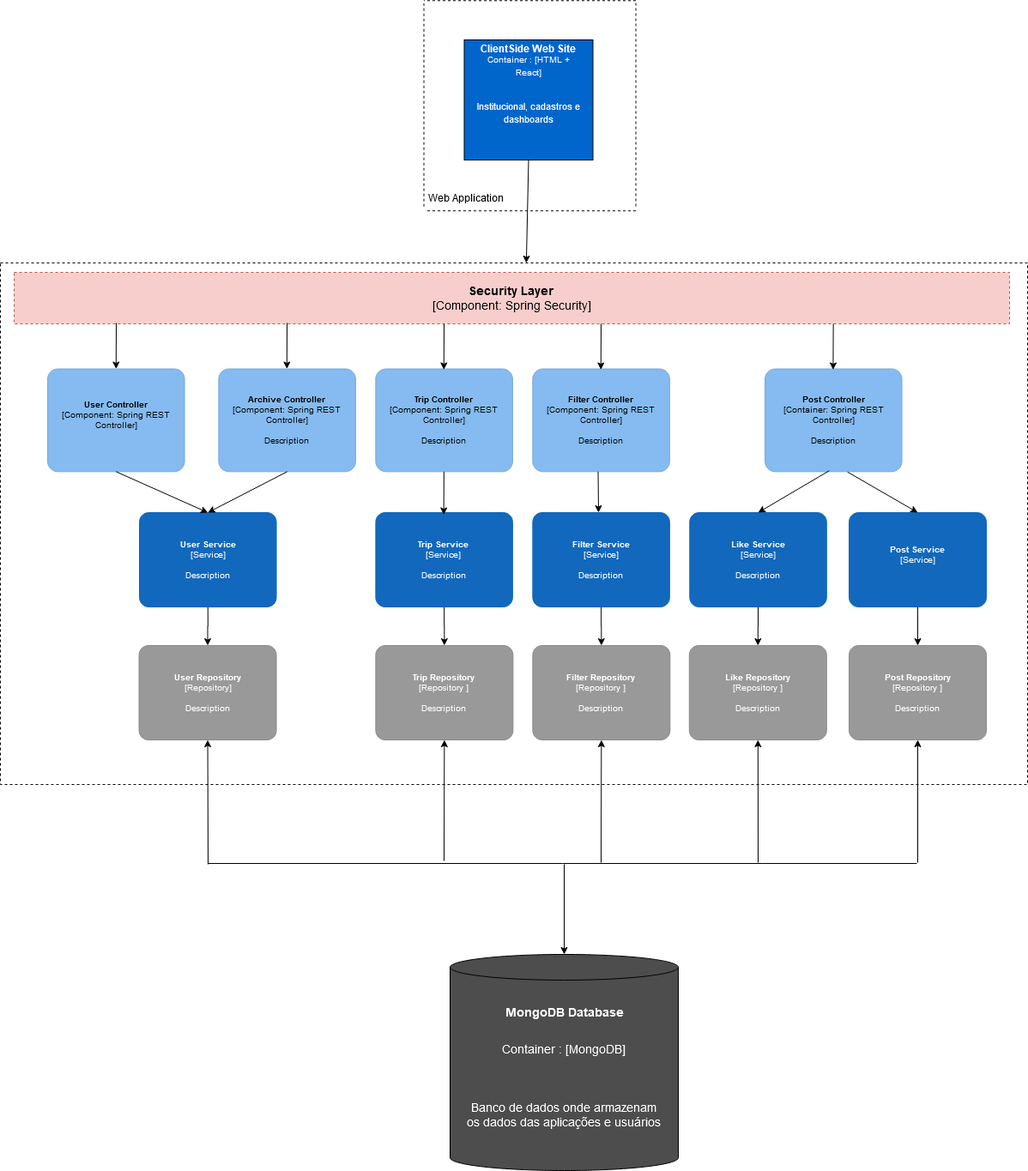
JoelSilv4/20201-3adsa-grupo1 keeps this draw.io diagram as Documentos/Desenho de Arquitetura/desenho-arquitetura-v2.png. Above is the earlier version. Source tidied: cells renumbered, new cells last; positions are measured from the earlier drawing's top-left corner, leaving out a move shared by most shapes.
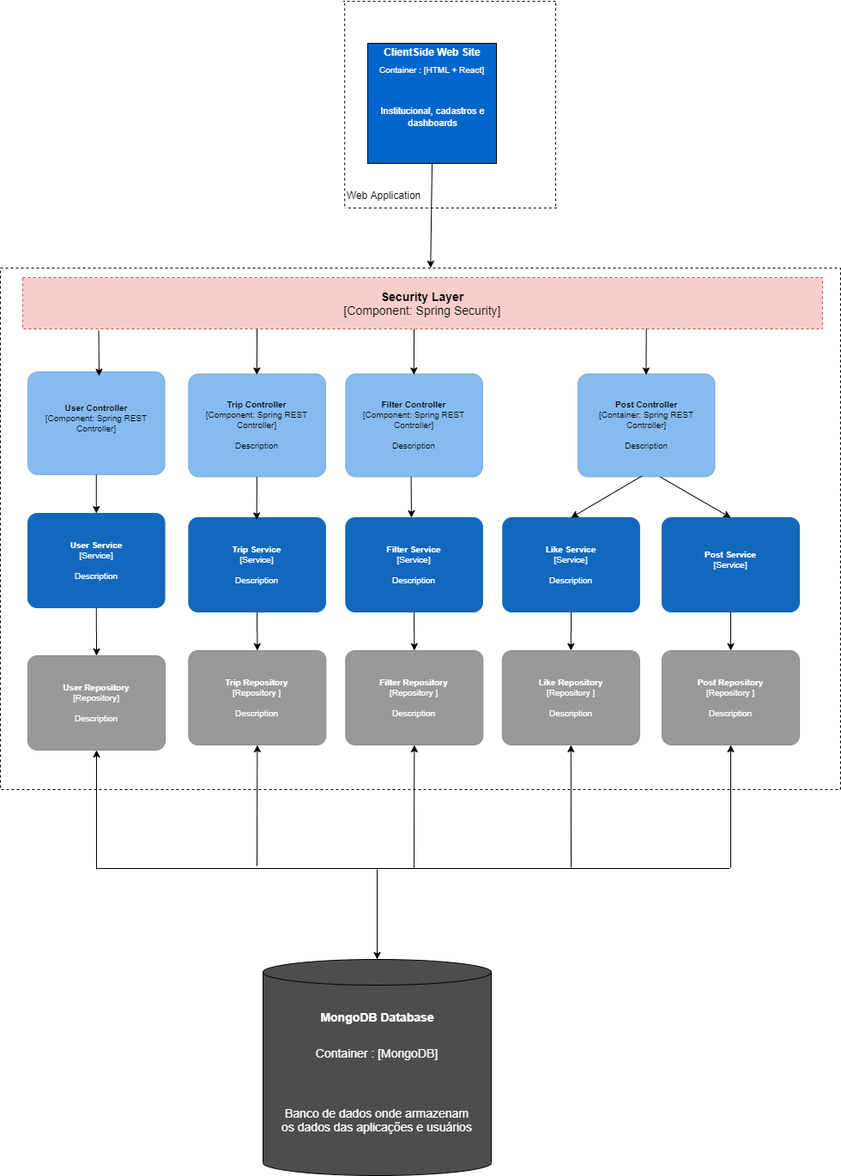
After the commit.

Commit message:
desenho de arquitetura att

What changed in the source:
```diff
@@ -3,37 +3,37 @@
     <mxCell id="0" />
     <mxCell id="1" parent="0" />
     <mxCell id="2" style="rounded=0;whiteSpace=wrap;html=1;dashed=1;" parent="1" vertex="1">
-      <mxGeometry y="306" width="1197" height="608" as="geometry" />
+      <mxGeometry x="218" y="306" width="979" height="608" as="geometry" />
     </mxCell>
     <mxCell id="3" style="endArrow=none;dashed=1;html=1;" parent="1" edge="1">
       <mxGeometry relative="1" as="geometry">
-        <mxPoint x="493.5" y="240.2" as="sourcePoint" />
-        <mxPoint x="493.5" y="0.2" as="targetPoint" />
+        <mxPoint x="619.2" y="234" as="sourcePoint" />
+        <mxPoint x="619.2" y="-6" as="targetPoint" />
       </mxGeometry>
     </mxCell>
     <mxCell id="4" style="endArrow=none;dashed=1;html=1;" parent="1" edge="1">
       <mxGeometry relative="1" as="geometry">
-        <mxPoint x="740.5" y="240" as="sourcePoint" />
-        <mxPoint x="740.5" as="targetPoint" />
+        <mxPoint x="865" y="234" as="sourcePoint" />
+        <mxPoint x="865" y="-6" as="targetPoint" />
       </mxGeometry>
     </mxCell>
     <mxCell id="5" style="endArrow=none;dashed=1;html=1;" parent="1" edge="1">
       <mxGeometry relative="1" as="geometry">
-        <mxPoint x="740.5" y="0.2" as="sourcePoint" />
-        <mxPoint x="493.5" y="0.2" as="targetPoint" />
+        <mxPoint x="865" y="-5" as="sourcePoint" />
+        <mxPoint x="618" y="-5" as="targetPoint" />
       </mxGeometry>
     </mxCell>
     <mxCell id="6" style="endArrow=none;dashed=1;html=1;" parent="1" edge="1">
       <mxGeometry relative="1" as="geometry">
-        <mxPoint x="740.5" y="245.2" as="sourcePoint" />
-        <mxPoint x="494.5" y="245.2" as="targetPoint" />
+        <mxPoint x="866.3" y="236" as="sourcePoint" />
+        <mxPoint x="620.3" y="236" as="targetPoint" />
       </mxGeometry>
     </mxCell>
     <mxCell id="7" value="Web Application" style="text;html=1;strokeColor=none;fillColor=none;align=center;verticalAlign=middle;whiteSpace=wrap;rounded=0;" parent="1" vertex="1">
-      <mxGeometry x="497.5" y="220.2" width="90" height="20" as="geometry" />
+      <mxGeometry x="620.3" y="211" width="90" height="20" as="geometry" />
     </mxCell>
     <mxCell id="8" style="group;" parent="1" vertex="1">
-      <mxGeometry x="540.5" y="46" width="160" height="140" as="geometry" />
+      <mxGeometry x="646" y="44" width="160" height="140" as="geometry" />
     </mxCell>
     <mxCell id="9" style="rounded=0;whiteSpace=wrap;html=1;fillColor=#0066CC;" parent="8" vertex="1">
       <mxGeometry width="150" height="140" as="geometry" />
@@ -82,17 +82,12 @@
         <mxGeometry x="620.3" y="429.5" width="159.5" height="119.8" as="geometry" />
       </mxCell>
     </object>
-    <object id="22" label="&lt;b style=&quot;font-size: 10px;&quot;&gt;%c4Name%&lt;/b&gt;&lt;div style=&quot;font-size: 10px;&quot;&gt;[%c4Type%: %c4Technology%]&lt;/div&gt;&lt;br style=&quot;font-size: 10px;&quot;&gt;&lt;div style=&quot;font-size: 10px;&quot;&gt;%c4Description%&lt;/div&gt;" c4Description="Description" c4Name="Archive Controller" c4Technology="Spring REST Controller" c4Type="Component" placeholders="1">
-      <mxCell style="rounded=1;whiteSpace=wrap;html=1;labelBackgroundColor=none;fillColor=#85BBF0;align=center;arcSize=10;strokeColor=#78A8D8;metaData={&quot;c4Type&quot;:{&quot;editable&quot;:false}};points=[[0.25,0,0],[0.5,0,0],[0.75,0,0],[1,0.25,0],[1,0.5,0],[1,0.75,0],[0.75,1,0],[0.5,1,0],[0.25,1,0],[0,0.75,0],[0,0.5,0],[0,0.25,0]];fontSize=10;" parent="1" vertex="1">
-        <mxGeometry x="254.4" y="429.5" width="159.5" height="119.8" as="geometry" />
-      </mxCell>
-    </object>
     <mxCell id="23" style="edgeStyle=orthogonalEdgeStyle;rounded=0;jettySize=auto;html=1;exitX=0.5;exitY=1;exitDx=0;exitDy=0;exitPerimeter=0;entryX=0.5;entryY=0;entryDx=0;entryDy=0;entryPerimeter=0;fontSize=14;fontColor=#000000;" parent="1" edge="1" source="24" target="31">
       <mxGeometry relative="1" as="geometry" />
     </mxCell>
     <object id="24" label="&lt;b style=&quot;font-size: 10px;&quot;&gt;%c4Name%&lt;/b&gt;&lt;div style=&quot;font-size: 10px;&quot;&gt;[%c4Type%]&lt;/div&gt;&lt;br style=&quot;font-size: 10px;&quot;&gt;&lt;div style=&quot;font-size: 10px;&quot;&gt;%c4Description%&lt;/div&gt;" c4Description="Description" c4Name="User Service" c4Type="Service" placeholders="1">
       <mxCell style="rounded=1;whiteSpace=wrap;html=1;labelBackgroundColor=none;fillColor=#1168BD;fontColor=#ffffff;align=center;arcSize=10;strokeColor=#1168BD;metaData={&quot;c4Type&quot;:{&quot;editable&quot;:false}};points=[[0.25,0,0],[0.5,0,0],[0.75,0,0],[1,0.25,0],[1,0.5,0],[1,0.75,0],[0.75,1,0],[0.5,1,0],[0.25,1,0],[0,0.75,0],[0,0.5,0],[0,0.25,0]];fontSize=10;" parent="1" vertex="1">
-        <mxGeometry x="162" y="597" width="159.5" height="110" as="geometry" />
+        <mxGeometry x="250" y="592" width="159.5" height="110" as="geometry" />
       </mxCell>
     </object>
     <mxCell id="25" style="edgeStyle=orthogonalEdgeStyle;rounded=0;jettySize=auto;html=1;exitX=0.5;exitY=1;exitDx=0;exitDy=0;exitPerimeter=0;fontSize=14;fontColor=#000000;" parent="1" edge="1" source="26" target="32">
@@ -121,7 +116,7 @@
     </object>
     <object id="31" label="&lt;b style=&quot;font-size: 10px;&quot;&gt;%c4Name%&lt;/b&gt;&lt;div style=&quot;font-size: 10px;&quot;&gt;[%c4Type%]&lt;/div&gt;&lt;br style=&quot;font-size: 10px;&quot;&gt;&lt;div style=&quot;font-size: 10px;&quot;&gt;%c4Description%&lt;/div&gt;" c4Description="Description" c4Name="User Repository" c4Type="Repository" placeholders="1">
       <mxCell style="rounded=1;whiteSpace=wrap;html=1;labelBackgroundColor=none;fillColor=#999999;fontColor=#ffffff;align=center;arcSize=10;strokeColor=#8A8A8A;metaData={&quot;c4Type&quot;:{&quot;editable&quot;:false}};points=[[0.25,0,0],[0.5,0,0],[0.75,0,0],[1,0.25,0],[1,0.5,0],[1,0.75,0],[0.75,1,0],[0.5,1,0],[0.25,1,0],[0,0.75,0],[0,0.5,0],[0,0.25,0]];fontSize=10;" parent="1" vertex="1">
-        <mxGeometry x="161.5" y="752" width="160" height="110" as="geometry" />
+        <mxGeometry x="250" y="758" width="160" height="110" as="geometry" />
       </mxCell>
     </object>
     <object id="32" label="&lt;b style=&quot;font-size: 10px;&quot;&gt;%c4Name%&lt;/b&gt;&lt;div style=&quot;font-size: 10px;&quot;&gt;[%c4Type%]&lt;/div&gt;&lt;br style=&quot;font-size: 10px;&quot;&gt;&lt;div style=&quot;font-size: 10px;&quot;&gt;%c4Description%&lt;/div&gt;" c4Description="Description" c4Name="Trip Repository" c4Type="Repository " placeholders="1">
@@ -146,17 +141,12 @@
     </object>
     <object id="36" label="&lt;b style=&quot;font-size: 10px;&quot;&gt;%c4Name%&lt;/b&gt;&lt;div style=&quot;font-size: 10px;&quot;&gt;[%c4Type%: %c4Technology%]&lt;/div&gt;&lt;br style=&quot;font-size: 10px;&quot;&gt;&lt;div style=&quot;font-size: 10px;&quot;&gt;%c4Description%&lt;/div&gt;" c4Description="" c4Name="User Controller" c4Technology="Spring REST Controller" c4Type="Component" placeholders="1">
       <mxCell style="rounded=1;whiteSpace=wrap;html=1;labelBackgroundColor=none;fillColor=#85BBF0;align=center;arcSize=10;strokeColor=#78A8D8;metaData={&quot;c4Type&quot;:{&quot;editable&quot;:false}};points=[[0.25,0,0],[0.5,0,0],[0.75,0,0],[1,0.25,0],[1,0.5,0],[1,0.75,0],[0.75,1,0],[0.5,1,0],[0.25,1,0],[0,0.75,0],[0,0.5,0],[0,0.25,0]];fontSize=10;" parent="1" vertex="1">
-        <mxGeometry x="55" y="429.5" width="159.5" height="119.8" as="geometry" />
+        <mxGeometry x="250" y="427" width="159.5" height="119.8" as="geometry" />
       </mxCell>
     </object>
     <mxCell id="37" style="endArrow=classic;html=1;fontSize=14;fontColor=#000000;entryX=0.5;entryY=0;entryDx=0;entryDy=0;entryPerimeter=0;exitX=0.5;exitY=1;exitDx=0;exitDy=0;exitPerimeter=0;" parent="1" edge="1" source="36" target="24">
       <mxGeometry relative="1" as="geometry" />
     </mxCell>
-    <mxCell id="38" style="endArrow=classic;html=1;fontSize=14;fontColor=#000000;entryX=0.5;entryY=0;entryDx=0;entryDy=0;entryPerimeter=0;exitX=0.5;exitY=1;exitDx=0;exitDy=0;exitPerimeter=0;" parent="1" edge="1" source="22">
-      <mxGeometry relative="1" as="geometry">
-        <mxPoint x="241.8" y="597" as="targetPoint" />
-      </mxGeometry>
-    </mxCell>
     <mxCell id="39" style="endArrow=classic;html=1;fontSize=14;fontColor=#000000;exitX=0.5;exitY=1;exitDx=0;exitDy=0;exitPerimeter=0;" parent="1" edge="1">
       <mxGeometry relative="1" as="geometry">
         <mxPoint x="696.5" y="549.3" as="sourcePoint" />
@@ -171,12 +161,12 @@
     </mxCell>
     <mxCell id="42" style="endArrow=classic;html=1;fontSize=14;fontColor=#000000;entryX=0.5;entryY=1;entryDx=0;entryDy=0;entryPerimeter=0;" parent="1" edge="1" target="31">
       <mxGeometry relative="1" as="geometry">
-        <mxPoint x="242" y="1007" as="sourcePoint" />
+        <mxPoint x="330" y="1007" as="sourcePoint" />
       </mxGeometry>
     </mxCell>
     <mxCell id="43" style="endArrow=none;html=1;fontSize=14;fontColor=#000000;" parent="1" edge="1">
       <mxGeometry relative="1" as="geometry">
-        <mxPoint x="242" y="1006" as="sourcePoint" />
+        <mxPoint x="330" y="1006" as="sourcePoint" />
         <mxPoint x="1068" y="1006" as="targetPoint" />
       </mxGeometry>
     </mxCell>
@@ -206,19 +196,8 @@
       </mxGeometry>
     </mxCell>
     <mxCell id="49" value="&lt;div&gt;&lt;b&gt;Security Layer&lt;/b&gt;&lt;br&gt;&lt;/div&gt;&lt;div&gt;[Component: Spring Security]&lt;/div&gt;" style="rounded=0;whiteSpace=wrap;html=1;dashed=1;fontSize=14;fillColor=#f8cecc;strokeColor=#b85450;" parent="1" vertex="1">
-      <mxGeometry x="16" y="317" width="1160" height="60" as="geometry" />
+      <mxGeometry x="244" y="317" width="932" height="60" as="geometry" />
     </mxCell>
-    <mxCell id="50" style="endArrow=classic;html=1;fontSize=14;fontColor=#000000;entryX=0.5;entryY=0;entryDx=0;entryDy=0;entryPerimeter=0;" parent="1" edge="1" target="36">
-      <mxGeometry relative="1" as="geometry">
-        <mxPoint x="135" y="376" as="sourcePoint" />
-      </mxGeometry>
-    </mxCell>
-    <mxCell id="51" style="endArrow=classic;html=1;fontSize=14;fontColor=#000000;entryX=0.5;entryY=0;entryDx=0;entryDy=0;entryPerimeter=0;" parent="1" edge="1">
-      <mxGeometry relative="1" as="geometry">
-        <mxPoint x="334" y="376" as="sourcePoint" />
-        <mxPoint x="333.8" y="429.5" as="targetPoint" />
-      </mxGeometry>
-    </mxCell>
     <mxCell id="52" style="endArrow=classic;html=1;fontSize=14;fontColor=#000000;entryX=0.5;entryY=0;entryDx=0;entryDy=0;entryPerimeter=0;" parent="1" edge="1">
       <mxGeometry relative="1" as="geometry">
         <mxPoint x="517" y="377" as="sourcePoint" />
@@ -245,5 +224,11 @@
     <mxCell id="56" style="endArrow=classic;html=1;fontSize=14;fontColor=#000000;exitX=0.5;exitY=1;exitDx=0;exitDy=0;entryX=0.512;entryY=0;entryDx=0;entryDy=0;entryPerimeter=0;" parent="1" edge="1" source="9" target="2">
       <mxGeometry relative="1" as="geometry" />
     </mxCell>
+    <mxCell id="57" style="endArrow=classic;html=1;" parent="1" edge="1">
+      <mxGeometry relative="1" as="geometry">
+        <mxPoint x="332.5" y="379" as="sourcePoint" />
+        <mxPoint x="333" y="432" as="targetPoint" />
+      </mxGeometry>
+    </mxCell>
   </root>
 </mxGraphModel>
```
